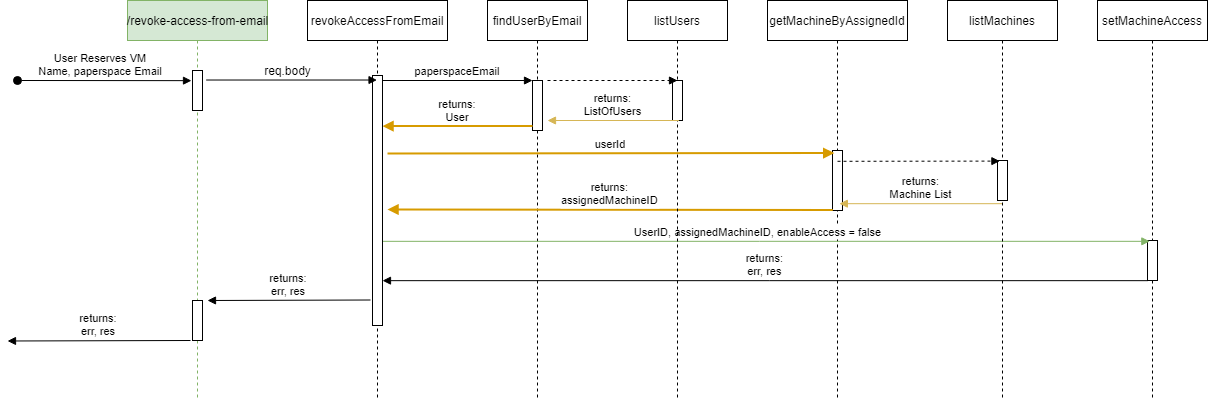
Above: Back-end/designDocs/RevokeAccessFlow.png in jayjayb772/IRL-Paperspace-automation (draw.io), before the change. Source tidied: cells renumbered, new cells last; positions are measured from the earlier drawing's top-left corner, leaving out a move shared by most shapes.
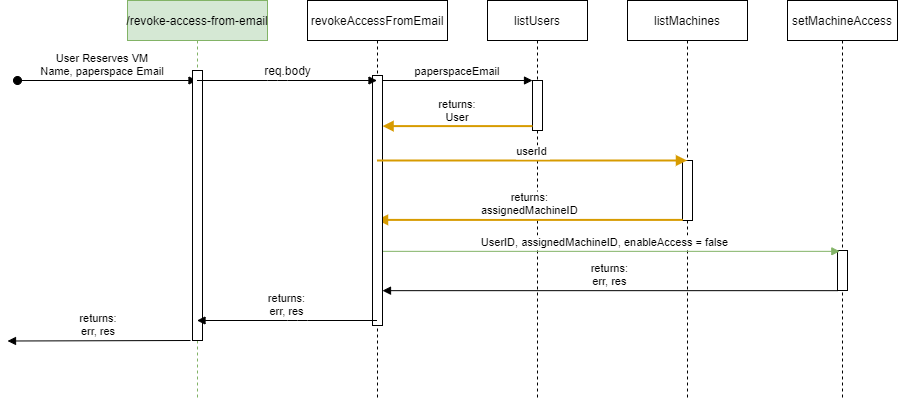
After the commit.

The edit, as a diff of the source:
```diff
@@ -2,24 +2,21 @@
   <root>
     <mxCell id="0" />
     <mxCell id="1" parent="0" />
-    <mxCell id="2" value="/revoke-access-from-email" style="shape=umlLifeline;perimeter=lifelinePerimeter;rounded=0;shadow=0;strokeWidth=1;html=1;fillColor=#d5e8d4;strokeColor=#82b366;" parent="1" vertex="1">
-      <mxGeometry x="120" width="140" height="400" as="geometry" />
+    <mxCell id="2" value="/revoke-access-from-email" style="shape=umlLifeline;perimeter=lifelinePerimeter;rounded=0;shadow=0;strokeWidth=1;fillColor=#d5e8d4;strokeColor=#82b366;" parent="1" vertex="1">
+      <mxGeometry x="-80" y="20" width="140" height="400" as="geometry" />
     </mxCell>
-    <mxCell id="3" value="User Reserves VM&#10;Name, paperspace Email" style="verticalAlign=bottom;startArrow=oval;endArrow=block;startSize=8;shadow=0;strokeWidth=1;entryX=-0.1;entryY=0.254;entryDx=0;entryDy=0;entryPerimeter=0;" parent="2" edge="1" target="4">
+    <mxCell id="3" value="User Reserves VM&#10;Name, paperspace Email" style="verticalAlign=bottom;startArrow=oval;endArrow=block;startSize=8;shadow=0;strokeWidth=1;" parent="2" edge="1" target="2">
       <mxGeometry x="-0.05" relative="1" as="geometry">
         <mxPoint x="-110" y="80" as="sourcePoint" />
       </mxGeometry>
     </mxCell>
-    <mxCell id="4" style="points=[];perimeter=orthogonalPerimeter;rounded=0;shadow=0;strokeWidth=1;" parent="2" vertex="1">
-      <mxGeometry x="65" y="70" width="10" height="40" as="geometry" />
-    </mxCell>
-    <mxCell id="5" style="perimeter=orthogonalPerimeter;rounded=0;shadow=0;strokeWidth=1;" parent="2" vertex="1">
-      <mxGeometry x="65" y="300" width="10" height="40" as="geometry" />
-    </mxCell>
-    <mxCell id="6" value="findUserByEmail" style="shape=umlLifeline;perimeter=lifelinePerimeter;rounded=0;shadow=0;strokeWidth=1;" parent="1" vertex="1">
-      <mxGeometry x="480" width="100" height="400" as="geometry" />
-    </mxCell>
+    <mxCell id="32" style="perimeter=orthogonalPerimeter;rounded=0;shadow=0;strokeWidth=1;" parent="2" vertex="1">
+      <mxGeometry x="65" y="70" width="10" height="270" as="geometry" />
+    </mxCell>
+    <mxCell id="25" value="listUsers" style="shape=umlLifeline;perimeter=lifelinePerimeter;rounded=0;shadow=0;strokeWidth=1;" parent="1" vertex="1">
+      <mxGeometry x="280" y="20" width="100" height="400" as="geometry" />
+    </mxCell>
-    <mxCell id="7" style="points=[];perimeter=orthogonalPerimeter;rounded=0;shadow=0;strokeWidth=1;" parent="6" vertex="1">
+    <mxCell id="7" style="points=[];perimeter=orthogonalPerimeter;rounded=0;shadow=0;strokeWidth=1;" parent="25" vertex="1">
       <mxGeometry x="45" y="80" width="10" height="50" as="geometry" />
     </mxCell>
     <mxCell id="8" value="paperspaceEmail" style="verticalAlign=bottom;endArrow=block;entryX=0;entryY=0;shadow=0;strokeWidth=1;" parent="1" edge="1" source="18" target="7">
@@ -28,85 +25,61 @@
     <mxCell id="9" value="returns:&#10;User" style="verticalAlign=bottom;endArrow=block;shadow=0;strokeWidth=2;entryX=0.536;entryY=0.314;entryDx=0;entryDy=0;entryPerimeter=0;fillColor=#ffe6cc;strokeColor=#d79b00;" parent="1" edge="1" source="7" target="17">
       <mxGeometry relative="1" as="geometry" />
     </mxCell>
-    <mxCell id="10" value="getMachineByAssignedId" style="shape=umlLifeline;perimeter=lifelinePerimeter;rounded=0;shadow=0;strokeWidth=1;" parent="1" vertex="1">
-      <mxGeometry x="760" width="140" height="400" as="geometry" />
-    </mxCell>
-    <mxCell id="11" style="points=[];perimeter=orthogonalPerimeter;rounded=0;shadow=0;strokeWidth=1;" parent="10" vertex="1">
-      <mxGeometry x="65" y="150" width="10" height="60" as="geometry" />
-    </mxCell>
+    <mxCell id="23" value="listMachines" style="shape=umlLifeline;perimeter=lifelinePerimeter;rounded=0;shadow=0;strokeWidth=1;" parent="1" vertex="1">
+      <mxGeometry x="420" y="20" width="120" height="400" as="geometry" />
+    </mxCell>
+    <mxCell id="33" style="points=[];perimeter=orthogonalPerimeter;rounded=0;shadow=0;strokeWidth=1;" parent="23" vertex="1">
+      <mxGeometry x="55" y="160" width="10" height="60" as="geometry" />
+    </mxCell>
-    <mxCell id="12" value="returns:&#10;assignedMachineID" style="verticalAlign=bottom;endArrow=block;shadow=0;strokeWidth=2;exitX=0.029;exitY=0.99;exitDx=0;exitDy=0;exitPerimeter=0;fillColor=#ffe6cc;strokeColor=#d79b00;" parent="1" edge="1" source="11">
-      <mxGeometry relative="1" as="geometry">
-        <mxPoint x="380" y="209" as="targetPoint" />
-      </mxGeometry>
+    <mxCell id="12" value="returns:&#10;assignedMachineID" style="verticalAlign=bottom;endArrow=block;shadow=0;strokeWidth=2;exitX=0.029;exitY=0.99;exitDx=0;exitDy=0;exitPerimeter=0;fillColor=#ffe6cc;strokeColor=#d79b00;" parent="1" edge="1" source="33" target="17">
+      <mxGeometry relative="1" as="geometry" />
     </mxCell>
     <mxCell id="13" value="setMachineAccess" style="shape=umlLifeline;perimeter=lifelinePerimeter;rounded=0;shadow=0;strokeWidth=1;" parent="1" vertex="1">
-      <mxGeometry x="1090" width="110" height="400" as="geometry" />
+      <mxGeometry x="580" y="20" width="110" height="400" as="geometry" />
     </mxCell>
-    <mxCell id="14" style="points=[];perimeter=orthogonalPerimeter;rounded=0;shadow=0;strokeWidth=1;" parent="13" vertex="1">
-      <mxGeometry x="50" y="240" width="10" height="40" as="geometry" />
-    </mxCell>
+    <mxCell id="34" style="points=[];perimeter=orthogonalPerimeter;rounded=0;shadow=0;strokeWidth=1;" parent="13" vertex="1">
+      <mxGeometry x="50" y="250" width="10" height="40" as="geometry" />
+    </mxCell>
-    <mxCell id="15" value="UserID, assignedMachineID, enableAccess = false" style="verticalAlign=bottom;endArrow=block;entryX=0.233;entryY=0.021;shadow=0;strokeWidth=1;entryDx=0;entryDy=0;entryPerimeter=0;fillColor=#d5e8d4;strokeColor=#82b366;" parent="1" edge="1" source="17" target="14">
+    <mxCell id="15" value="UserID, assignedMachineID, enableAccess = false" style="verticalAlign=bottom;endArrow=block;entryX=0.233;entryY=0.021;shadow=0;strokeWidth=1;entryDx=0;entryDy=0;entryPerimeter=0;fillColor=#d5e8d4;strokeColor=#82b366;" parent="1" edge="1" source="17" target="34">
       <mxGeometry x="-0.01" relative="1" as="geometry" />
     </mxCell>
-    <mxCell id="16" value="returns:&#10;err, res" style="verticalAlign=bottom;endArrow=block;shadow=0;strokeWidth=1;exitX=0.033;exitY=1.004;exitDx=0;exitDy=0;exitPerimeter=0;" parent="1" edge="1" source="14" target="18">
+    <mxCell id="16" value="returns:&#10;err, res" style="verticalAlign=bottom;endArrow=block;shadow=0;strokeWidth=1;exitX=0.033;exitY=1.004;exitDx=0;exitDy=0;exitPerimeter=0;" parent="1" edge="1" source="34" target="18">
       <mxGeometry relative="1" as="geometry" />
     </mxCell>
     <mxCell id="17" value="revokeAccessFromEmail" style="shape=umlLifeline;perimeter=lifelinePerimeter;rounded=0;shadow=0;strokeWidth=1;" parent="1" vertex="1">
-      <mxGeometry x="300" width="140" height="400" as="geometry" />
+      <mxGeometry x="100" y="20" width="140" height="400" as="geometry" />
     </mxCell>
     <mxCell id="18" style="points=[];perimeter=orthogonalPerimeter;rounded=0;shadow=0;strokeWidth=1;" parent="17" vertex="1">
       <mxGeometry x="65" y="75" width="10" height="250" as="geometry" />
     </mxCell>
-    <mxCell id="19" style="verticalAlign=bottom;endArrow=block;shadow=0;strokeWidth=1;exitX=1.367;exitY=0.238;exitDx=0;exitDy=0;exitPerimeter=0;" parent="1" edge="1" source="4" target="17">
-      <mxGeometry relative="1" as="geometry" />
-    </mxCell>
+    <mxCell id="35" style="verticalAlign=bottom;endArrow=block;shadow=0;strokeWidth=1;" parent="1" edge="1" source="2" target="17">
+      <mxGeometry relative="1" as="geometry">
+        <Array as="points">
+          <mxPoint x="70" y="100" />
+        </Array>
+      </mxGeometry>
+    </mxCell>
     <mxCell id="20" value="req.body" style="text;html=1;align=center;verticalAlign=middle;" parent="1" vertex="1">
-      <mxGeometry x="250" y="60" width="60" height="20" as="geometry" />
+      <mxGeometry x="50" y="80" width="60" height="20" as="geometry" />
     </mxCell>
-    <mxCell id="21" value="returns:&#10;err, res" style="verticalAlign=bottom;endArrow=block;shadow=0;strokeWidth=1;exitX=-0.2;exitY=0.898;exitDx=0;exitDy=0;exitPerimeter=0;" parent="1" edge="1" source="18">
-      <mxGeometry relative="1" as="geometry">
-        <mxPoint x="200" y="300" as="targetPoint" />
-      </mxGeometry>
-    </mxCell>
-    <mxCell id="22" value="returns:&#10;err, res" style="verticalAlign=bottom;endArrow=block;shadow=0;strokeWidth=1;exitX=-0.2;exitY=0.898;exitDx=0;exitDy=0;exitPerimeter=0;" parent="1" edge="1">
-      <mxGeometry relative="1" as="geometry">
-        <mxPoint x="183" y="340" as="sourcePoint" />
-        <mxPoint y="340.5" as="targetPoint" />
-      </mxGeometry>
-    </mxCell>
-    <mxCell id="23" value="listMachines" style="shape=umlLifeline;perimeter=lifelinePerimeter;rounded=0;shadow=0;strokeWidth=1;" parent="1" vertex="1">
-      <mxGeometry x="940" width="110" height="400" as="geometry" />
-    </mxCell>
-    <mxCell id="24" style="points=[];perimeter=orthogonalPerimeter;rounded=0;shadow=0;strokeWidth=1;" parent="23" vertex="1">
-      <mxGeometry x="50" y="160" width="10" height="40" as="geometry" />
-    </mxCell>
-    <mxCell id="25" value="listUsers" style="shape=umlLifeline;perimeter=lifelinePerimeter;rounded=0;shadow=0;strokeWidth=1;" parent="1" vertex="1">
-      <mxGeometry x="620" width="100" height="400" as="geometry" />
-    </mxCell>
-    <mxCell id="26" style="perimeter=orthogonalPerimeter;rounded=0;shadow=0;strokeWidth=1;" parent="25" vertex="1">
-      <mxGeometry x="45" y="80" width="10" height="40" as="geometry" />
-    </mxCell>
-    <mxCell id="27" style="verticalAlign=bottom;endArrow=block;entryX=0;entryY=0;shadow=0;strokeWidth=1;dashed=1;" parent="1" edge="1">
-      <mxGeometry relative="1" as="geometry">
-        <mxPoint x="540" y="80" as="sourcePoint" />
-        <mxPoint x="670" y="80" as="targetPoint" />
-      </mxGeometry>
-    </mxCell>
-    <mxCell id="28" value="returns:&#10;ListOfUsers" style="verticalAlign=bottom;endArrow=block;shadow=0;strokeWidth=1;entryX=0.536;entryY=0.314;entryDx=0;entryDy=0;entryPerimeter=0;fillColor=#fff2cc;strokeColor=#d6b656;" parent="1" edge="1">
-      <mxGeometry relative="1" as="geometry">
-        <mxPoint x="671.4" y="120" as="sourcePoint" />
-        <mxPoint x="540" y="120" as="targetPoint" />
-      </mxGeometry>
-    </mxCell>
-    <mxCell id="29" style="verticalAlign=bottom;endArrow=block;shadow=0;strokeWidth=1;dashed=1;exitX=0.5;exitY=0.402;exitDx=0;exitDy=0;exitPerimeter=0;entryX=0.24;entryY=0.015;entryDx=0;entryDy=0;entryPerimeter=0;" parent="1" edge="1" source="10" target="24">
-      <mxGeometry relative="1" as="geometry" />
-    </mxCell>
-    <mxCell id="30" value="returns:&#10;Machine List" style="verticalAlign=bottom;endArrow=block;shadow=0;strokeWidth=1;entryX=0.513;entryY=0.508;entryDx=0;entryDy=0;entryPerimeter=0;fillColor=#fff2cc;strokeColor=#d6b656;" parent="1" edge="1" source="23" target="10">
-      <mxGeometry relative="1" as="geometry" />
-    </mxCell>
+    <mxCell id="36" value="returns:&#10;err, res" style="verticalAlign=bottom;endArrow=block;shadow=0;strokeWidth=1;" parent="1" edge="1" source="17" target="2">
+      <mxGeometry relative="1" as="geometry">
+        <Array as="points">
+          <mxPoint x="90" y="340" />
+        </Array>
+      </mxGeometry>
+    </mxCell>
+    <mxCell id="37" value="returns:&#10;err, res" style="verticalAlign=bottom;endArrow=block;shadow=0;strokeWidth=1;exitX=-0.2;exitY=0.898;exitDx=0;exitDy=0;exitPerimeter=0;" parent="1" edge="1">
+      <mxGeometry relative="1" as="geometry">
+        <mxPoint x="-17" y="360" as="sourcePoint" />
+        <mxPoint x="-200" y="360.5" as="targetPoint" />
+      </mxGeometry>
+    </mxCell>
-    <mxCell id="31" value="userId" style="verticalAlign=bottom;endArrow=block;entryX=0.18;entryY=0.043;shadow=0;strokeWidth=2;entryDx=0;entryDy=0;entryPerimeter=0;fillColor=#ffe6cc;strokeColor=#d79b00;" parent="1" edge="1" target="11">
+    <mxCell id="31" value="userId" style="verticalAlign=bottom;endArrow=block;shadow=0;strokeWidth=2;fillColor=#ffe6cc;strokeColor=#d79b00;" parent="1" edge="1" source="17" target="23">
       <mxGeometry relative="1" as="geometry">
-        <mxPoint x="380" y="153" as="sourcePoint" />
+        <Array as="points">
+          <mxPoint x="410" y="180" />
+        </Array>
       </mxGeometry>
     </mxCell>
   </root>
```
